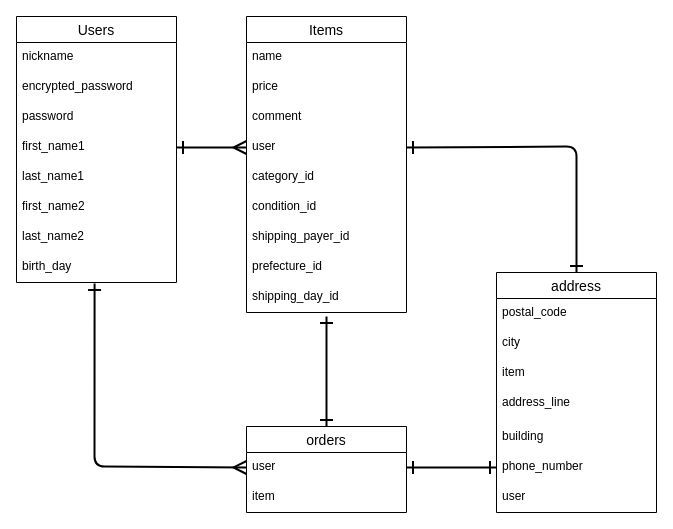
This is test.dio from Onigiriyama/furima-41238, a draw.io file, before an edit. Source tidied: cells renumbered, new cells numbered last; positions are measured from the earlier drawing's top-left corner, leaving out a move shared by most shapes. Both pictures are drawn from the tidied source at 100%, with x=0, y=0 at pixel (16, 16).
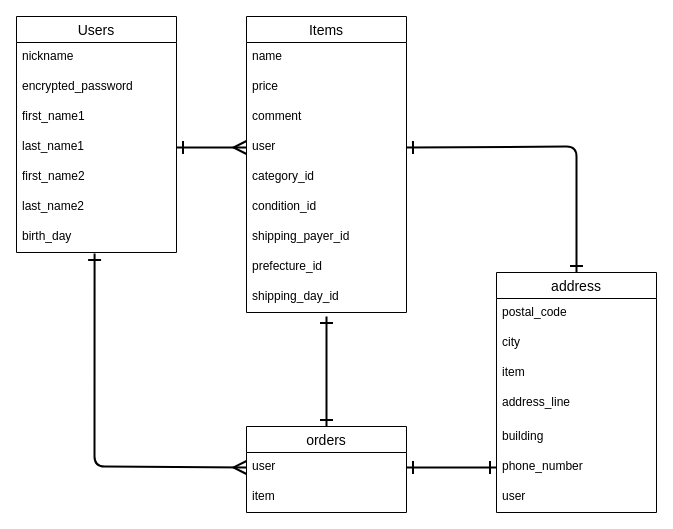
The same page after the edit.

Unchanged cells that the change refers to:
```xml
<mxCell id="18" value="user" style="text;strokeColor=none;fillColor=none;spacingLeft=4;spacingRight=4;overflow=hidden;points=[[0,0.5],[1,0.5]];portConstraint=eastwest;fontSize=12;" parent="14" vertex="1">
  <mxGeometry y="116" width="160" height="30" as="geometry" />
</mxCell>
```

Diff of the diagram source:
```diff
@@
     <mxCell id="2" value="Users" style="swimlane;fontStyle=0;horizontal=1;startSize=26;align=center;fontSize=14;" parent="1" vertex="1">
-      <mxGeometry width="160" height="266" as="geometry" />
+      <mxGeometry width="160" height="236" as="geometry" />
     </mxCell>
@@
-    <mxCell id="5" value="password" style="text;strokeColor=none;fillColor=none;spacingLeft=4;spacingRight=4;overflow=hidden;fontSize=12;" parent="2" vertex="1">
-      <mxGeometry y="86" width="160" height="30" as="geometry" />
-    </mxCell>
     <mxCell id="6" value="first_name1" style="text;strokeColor=none;fillColor=none;spacingLeft=4;spacingRight=4;overflow=hidden;points=[[0,0.5],[1,0.5]];portConstraint=eastwest;fontSize=12;" parent="2" vertex="1">
-      <mxGeometry y="116" width="160" height="30" as="geometry" />
+      <mxGeometry y="86" width="160" height="30" as="geometry" />
     </mxCell>
     <mxCell id="7" value="last_name1" style="text;strokeColor=none;fillColor=none;spacingLeft=4;spacingRight=4;overflow=hidden;points=[[0,0.5],[1,0.5]];portConstraint=eastwest;fontSize=12;" parent="2" vertex="1">
-      <mxGeometry y="146" width="160" height="30" as="geometry" />
+      <mxGeometry y="116" width="160" height="30" as="geometry" />
     </mxCell>
     <mxCell id="8" value="first_name2" style="text;strokeColor=none;fillColor=none;spacingLeft=4;spacingRight=4;overflow=hidden;fontSize=12;" parent="2" vertex="1">
-      <mxGeometry y="176" width="160" height="30" as="geometry" />
+      <mxGeometry y="146" width="160" height="30" as="geometry" />
     </mxCell>
     <mxCell id="9" value="last_name2&#10;" style="text;strokeColor=none;fillColor=none;spacingLeft=4;spacingRight=4;overflow=hidden;fontSize=12;" parent="2" vertex="1">
-      <mxGeometry y="206" width="160" height="30" as="geometry" />
+      <mxGeometry y="176" width="160" height="30" as="geometry" />
     </mxCell>
     <mxCell id="10" value="birth_day" style="text;strokeColor=none;fillColor=none;spacingLeft=4;spacingRight=4;overflow=hidden;points=[[0,0.5],[1,0.5]];portConstraint=eastwest;fontSize=12;" parent="2" vertex="1">
-      <mxGeometry y="236" width="160" height="30" as="geometry" />
+      <mxGeometry y="206" width="160" height="30" as="geometry" />
     </mxCell>
@@
-    <mxCell id="32" style="edgeStyle=none;html=1;exitX=1;exitY=0.5;exitDx=0;exitDy=0;entryX=0;entryY=0.5;entryDx=0;entryDy=0;startArrow=ERone;startFill=0;endArrow=ERmany;endFill=0;strokeWidth=2;endSize=10;startSize=10;" parent="1" edge="1" source="6" target="18">
+    <mxCell id="32" style="edgeStyle=none;html=1;exitX=1;exitY=0.5;exitDx=0;exitDy=0;entryX=0;entryY=0.5;entryDx=0;entryDy=0;startArrow=ERone;startFill=0;endArrow=ERmany;endFill=0;strokeWidth=2;endSize=10;startSize=10;" parent="1" edge="1" source="7" target="18">
       <mxGeometry relative="1" as="geometry" />
     </mxCell>
```
